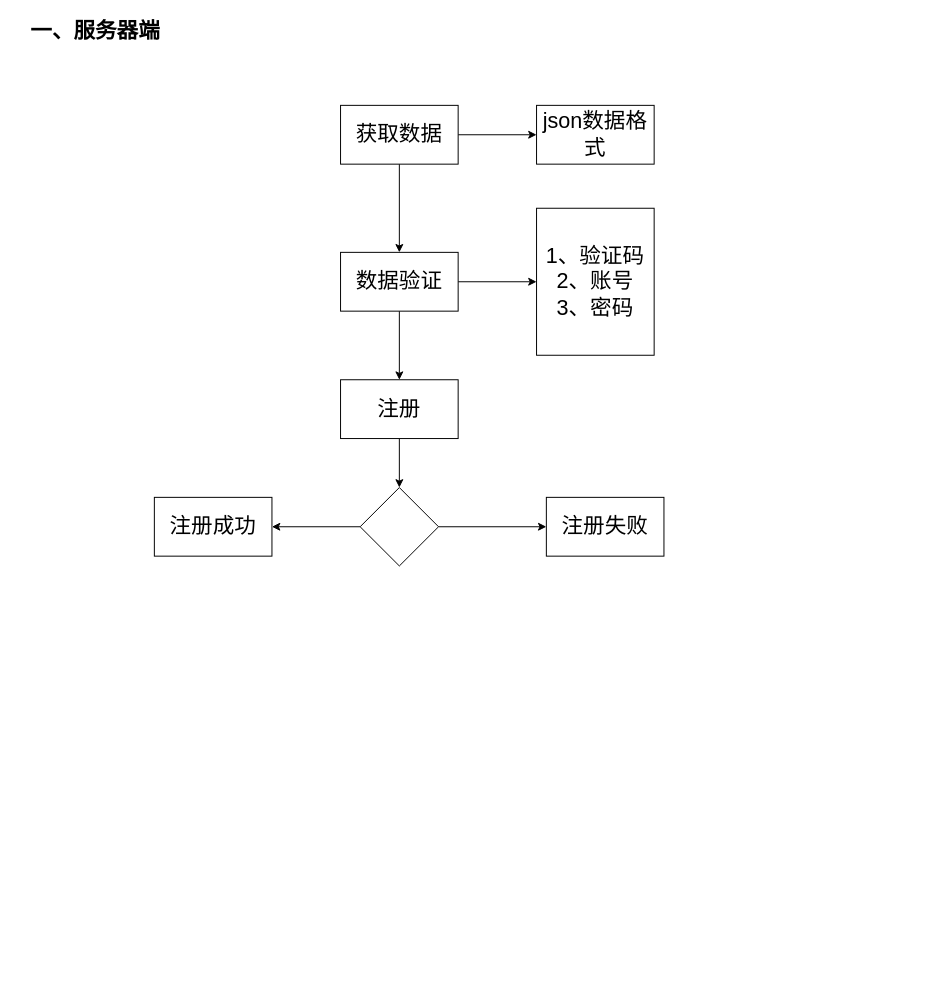
Before: 注册.drawio in JMHello/draw, a draw.io diagram. Source tidied: cells renumbered, new cells numbered last; positions are measured from the earlier drawing's top-left corner, leaving out a move shared by most shapes. Both pictures are drawn from the tidied source at 98%, with x=0, y=0 at pixel (17, 17).
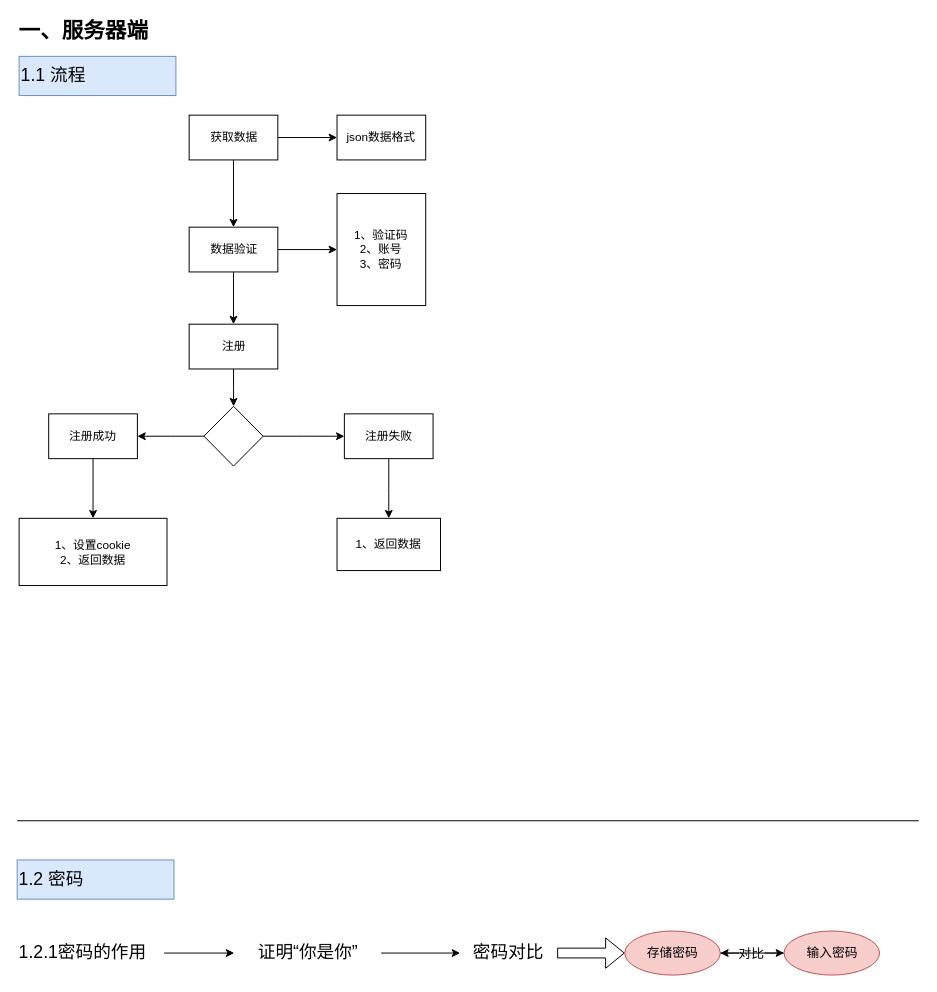
After the change.

Change to the diagram source:
```diff
@@
-    <mxCell id="2" value="一、服务器端" style="text;html=1;strokeColor=none;fillColor=none;align=center;verticalAlign=middle;whiteSpace=wrap;rounded=0;fontSize=22;fontStyle=1;" parent="1" vertex="1">
+    <mxCell id="2" value="一、服务器端" style="text;html=1;strokeColor=none;fillColor=none;align=left;verticalAlign=middle;whiteSpace=wrap;rounded=0;fontSize=22;fontStyle=1;" parent="1" vertex="1">
       <mxGeometry width="160" height="30" as="geometry" />
     </mxCell>
-    <mxCell id="3" style="edgeStyle=orthogonalEdgeStyle;rounded=0;jettySize=auto;html=1;fontSize=22;" parent="1" edge="1" source="5" target="9">
-      <mxGeometry relative="1" as="geometry" />
-    </mxCell>
-    <mxCell id="4" style="edgeStyle=orthogonalEdgeStyle;rounded=0;jettySize=auto;html=1;fontSize=22;" parent="1" edge="1" source="5" target="6">
-      <mxGeometry relative="1" as="geometry" />
-    </mxCell>
+    <mxCell id="18" style="endArrow=none;html=1;fontSize=22;" parent="1" edge="1">
+      <mxGeometry relative="1" as="geometry">
+        <mxPoint y="820" as="sourcePoint" />
+        <mxPoint x="920" y="820" as="targetPoint" />
+      </mxGeometry>
+    </mxCell>
+    <mxCell id="19" value="1.2 密码" style="text;html=1;strokeColor=#6c8ebf;fillColor=#dae8fc;align=left;verticalAlign=middle;whiteSpace=wrap;rounded=0;fontSize=18;" parent="1" vertex="1">
+      <mxGeometry y="860" width="160" height="40" as="geometry" />
+    </mxCell>
+    <mxCell id="20" style="group;" parent="1" vertex="1">
+      <mxGeometry x="2" y="100" width="430" height="480" as="geometry" />
+    </mxCell>
-    <mxCell id="5" value="获取数据" style="rounded=0;whiteSpace=wrap;html=1;fontSize=22;" parent="1" vertex="1">
-      <mxGeometry x="330" y="90" width="120" height="60" as="geometry" />
+    <mxCell id="5" value="获取数据" style="rounded=0;whiteSpace=wrap;html=1;fontSize=12;" parent="20" vertex="1">
+      <mxGeometry x="173.5" width="90.5" height="45.7" as="geometry" />
     </mxCell>
-    <mxCell id="6" value="json数据格式" style="rounded=0;whiteSpace=wrap;html=1;fontSize=22;" parent="1" vertex="1">
-      <mxGeometry x="530" y="90" width="120" height="60" as="geometry" />
+    <mxCell id="6" value="json数据格式" style="rounded=0;whiteSpace=wrap;html=1;fontSize=12;" parent="20" vertex="1">
+      <mxGeometry x="324.4" width="90.5" height="45.7" as="geometry" />
     </mxCell>
+    <mxCell id="4" style="edgeStyle=orthogonalEdgeStyle;rounded=0;jettySize=auto;html=1;fontSize=12;" parent="20" edge="1" source="5" target="6">
+      <mxGeometry relative="1" as="geometry" />
+    </mxCell>
+    <mxCell id="9" value="数据验证" style="rounded=0;whiteSpace=wrap;html=1;fontSize=12;" parent="20" vertex="1">
+      <mxGeometry x="173.5" y="114.3" width="90.5" height="45.7" as="geometry" />
+    </mxCell>
+    <mxCell id="3" style="edgeStyle=orthogonalEdgeStyle;rounded=0;jettySize=auto;html=1;fontSize=12;" parent="20" edge="1" source="5" target="9">
+      <mxGeometry relative="1" as="geometry" />
+    </mxCell>
+    <mxCell id="10" value="1、验证码&lt;br style=&quot;font-size: 12px;&quot;&gt;2、账号&lt;br style=&quot;font-size: 12px;&quot;&gt;3、密码&lt;br style=&quot;font-size: 12px;&quot;&gt;" style="rounded=0;whiteSpace=wrap;html=1;fontSize=12;" parent="20" vertex="1">
+      <mxGeometry x="324.4" y="80" width="90.5" height="114.3" as="geometry" />
+    </mxCell>
+    <mxCell id="8" style="edgeStyle=orthogonalEdgeStyle;rounded=0;jettySize=auto;html=1;fontSize=12;" parent="20" edge="1" source="9" target="10">
+      <mxGeometry relative="1" as="geometry" />
+    </mxCell>
+    <mxCell id="11" value="注册失败" style="rounded=0;whiteSpace=wrap;html=1;fontSize=12;" parent="20" vertex="1">
+      <mxGeometry x="331.9" y="304.8" width="90.5" height="45.7" as="geometry" />
+    </mxCell>
+    <mxCell id="21" value="1、返回数据" style="rounded=0;whiteSpace=wrap;html=1;fontSize=12;" parent="20" vertex="1">
+      <mxGeometry x="324.4" y="411.4" width="105.6" height="53.3" as="geometry" />
+    </mxCell>
+    <mxCell id="22" style="edgeStyle=orthogonalEdgeStyle;rounded=0;jettySize=auto;html=1;fontSize=12;" parent="20" edge="1" source="11" target="21">
+      <mxGeometry relative="1" as="geometry" />
+    </mxCell>
+    <mxCell id="13" value="注册" style="rounded=0;whiteSpace=wrap;html=1;fontSize=12;" parent="20" vertex="1">
+      <mxGeometry x="173.5" y="213.3" width="90.5" height="45.7" as="geometry" />
+    </mxCell>
-    <mxCell id="7" style="edgeStyle=orthogonalEdgeStyle;rounded=0;jettySize=auto;html=1;fontSize=22;" parent="1" edge="1" source="9" target="13">
+    <mxCell id="7" style="edgeStyle=orthogonalEdgeStyle;rounded=0;jettySize=auto;html=1;fontSize=12;" parent="20" edge="1" source="9" target="13">
       <mxGeometry relative="1" as="geometry" />
     </mxCell>
-    <mxCell id="8" style="edgeStyle=orthogonalEdgeStyle;rounded=0;jettySize=auto;html=1;fontSize=22;" parent="1" edge="1" source="9" target="10">
-      <mxGeometry relative="1" as="geometry" />
-    </mxCell>
-    <mxCell id="9" value="数据验证" style="rounded=0;whiteSpace=wrap;html=1;fontSize=22;" parent="1" vertex="1">
-      <mxGeometry x="330" y="240" width="120" height="60" as="geometry" />
-    </mxCell>
-    <mxCell id="10" value="1、验证码&lt;br&gt;2、账号&lt;br&gt;3、密码&lt;br&gt;" style="rounded=0;whiteSpace=wrap;html=1;fontSize=22;" parent="1" vertex="1">
-      <mxGeometry x="530" y="195" width="120" height="150" as="geometry" />
-    </mxCell>
-    <mxCell id="11" value="注册失败" style="rounded=0;whiteSpace=wrap;html=1;fontSize=22;" parent="1" vertex="1">
-      <mxGeometry x="540" y="490" width="120" height="60" as="geometry" />
-    </mxCell>
-    <mxCell id="12" style="edgeStyle=orthogonalEdgeStyle;rounded=0;jettySize=auto;html=1;fontSize=22;" parent="1" edge="1" source="13" target="16">
-      <mxGeometry relative="1" as="geometry" />
-    </mxCell>
-    <mxCell id="13" value="注册" style="rounded=0;whiteSpace=wrap;html=1;fontSize=22;" parent="1" vertex="1">
-      <mxGeometry x="330" y="370" width="120" height="60" as="geometry" />
-    </mxCell>
-    <mxCell id="14" style="edgeStyle=orthogonalEdgeStyle;rounded=0;jettySize=auto;html=1;entryX=1;entryY=0.5;entryDx=0;entryDy=0;fontSize=22;" parent="1" edge="1" source="16" target="17">
-      <mxGeometry relative="1" as="geometry" />
-    </mxCell>
-    <mxCell id="15" style="edgeStyle=orthogonalEdgeStyle;rounded=0;jettySize=auto;html=1;entryX=0;entryY=0.5;entryDx=0;entryDy=0;fontSize=22;" parent="1" edge="1" source="16" target="11">
+    <mxCell id="15" style="edgeStyle=orthogonalEdgeStyle;rounded=0;jettySize=auto;html=1;entryX=0;entryY=0.5;entryDx=0;entryDy=0;fontSize=12;" parent="20" edge="1" source="16" target="11">
       <mxGeometry relative="1" as="geometry" />
     </mxCell>
-    <mxCell id="16" style="rhombus;whiteSpace=wrap;html=1;fontSize=22;" parent="1" vertex="1">
-      <mxGeometry x="350" y="480" width="80" height="80" as="geometry" />
+    <mxCell id="16" style="rhombus;whiteSpace=wrap;html=1;fontSize=12;" parent="20" vertex="1">
+      <mxGeometry x="188.6" y="297.1" width="60.4" height="61" as="geometry" />
     </mxCell>
+    <mxCell id="12" style="edgeStyle=orthogonalEdgeStyle;rounded=0;jettySize=auto;html=1;fontSize=12;" parent="20" edge="1" source="13" target="16">
+      <mxGeometry relative="1" as="geometry" />
+    </mxCell>
-    <mxCell id="17" value="注册成功" style="rounded=0;whiteSpace=wrap;html=1;fontSize=22;" parent="1" vertex="1">
-      <mxGeometry x="140" y="490" width="120" height="60" as="geometry" />
+    <mxCell id="17" value="注册成功" style="rounded=0;whiteSpace=wrap;html=1;fontSize=12;" parent="20" vertex="1">
+      <mxGeometry x="30.2" y="304.8" width="90.5" height="45.7" as="geometry" />
     </mxCell>
+    <mxCell id="14" style="edgeStyle=orthogonalEdgeStyle;rounded=0;jettySize=auto;html=1;entryX=1;entryY=0.5;entryDx=0;entryDy=0;fontSize=12;" parent="20" edge="1" source="16" target="17">
+      <mxGeometry relative="1" as="geometry" />
+    </mxCell>
+    <mxCell id="23" value="1、设置cookie&lt;br style=&quot;font-size: 12px;&quot;&gt;2、返回数据&lt;br style=&quot;font-size: 12px;&quot;&gt;" style="rounded=0;whiteSpace=wrap;html=1;fontSize=12;" parent="20" vertex="1">
+      <mxGeometry y="411.4" width="150.9" height="68.6" as="geometry" />
+    </mxCell>
+    <mxCell id="24" style="edgeStyle=orthogonalEdgeStyle;rounded=0;jettySize=auto;html=1;fontSize=12;" parent="20" edge="1" source="17" target="23">
+      <mxGeometry relative="1" as="geometry" />
+    </mxCell>
+    <mxCell id="25" value="1.1 流程" style="text;html=1;strokeColor=#6c8ebf;fillColor=#dae8fc;align=left;verticalAlign=middle;whiteSpace=wrap;rounded=0;fontSize=18;" parent="1" vertex="1">
+      <mxGeometry x="2" y="40" width="160" height="40" as="geometry" />
+    </mxCell>
+    <mxCell id="26" style="edgeStyle=orthogonalEdgeStyle;rounded=0;jettySize=auto;html=1;fontSize=18;" parent="1" edge="1" source="27" target="29">
+      <mxGeometry relative="1" as="geometry" />
+    </mxCell>
+    <mxCell id="27" value="1.2.1密码的作用" style="text;html=1;strokeColor=none;fillColor=none;align=left;verticalAlign=middle;whiteSpace=wrap;rounded=0;fontSize=18;" parent="1" vertex="1">
+      <mxGeometry y="940" width="150" height="30" as="geometry" />
+    </mxCell>
+    <mxCell id="28" style="edgeStyle=orthogonalEdgeStyle;rounded=0;jettySize=auto;html=1;fontSize=18;" parent="1" edge="1" source="29" target="31">
+      <mxGeometry relative="1" as="geometry" />
+    </mxCell>
+    <mxCell id="29" value="证明“你是你”" style="text;html=1;strokeColor=none;fillColor=none;align=center;verticalAlign=middle;whiteSpace=wrap;rounded=0;fontSize=18;" parent="1" vertex="1">
+      <mxGeometry x="221.5" y="940" width="150" height="30" as="geometry" />
+    </mxCell>
+    <mxCell id="30" style="edgeStyle=orthogonalEdgeStyle;rounded=0;jettySize=auto;html=1;entryX=0;entryY=0.5;entryDx=0;entryDy=0;fontSize=13;shape=flexArrow;" parent="1" edge="1" source="31" target="33">
+      <mxGeometry relative="1" as="geometry" />
+    </mxCell>
+    <mxCell id="31" value="密码对比" style="text;html=1;strokeColor=none;fillColor=none;align=center;verticalAlign=middle;whiteSpace=wrap;rounded=0;fontSize=18;" parent="1" vertex="1">
+      <mxGeometry x="452" y="940" width="99" height="30" as="geometry" />
+    </mxCell>
+    <mxCell id="32" style="group;fontSize=13;" parent="1" vertex="1">
+      <mxGeometry x="620" y="932.5" width="260" height="45" as="geometry" />
+    </mxCell>
+    <mxCell id="33" value="存储密码" style="ellipse;whiteSpace=wrap;html=1;fontSize=13;align=center;fillColor=#f8cecc;strokeColor=#b85450;" parent="32" vertex="1">
+      <mxGeometry width="97.5" height="45" as="geometry" />
+    </mxCell>
+    <mxCell id="34" style="edgeStyle=orthogonalEdgeStyle;rounded=0;jettySize=auto;html=1;fontSize=13;" parent="32" edge="1" source="36" target="33">
+      <mxGeometry relative="1" as="geometry" />
+    </mxCell>
+    <mxCell id="35" value="对比" style="text;html=1;align=center;verticalAlign=middle;labelBackgroundColor=#ffffff;fontSize=13;" parent="34" vertex="1">
+      <mxGeometry x="0.05" relative="1" as="geometry" />
+    </mxCell>
+    <mxCell id="36" value="输入密码" style="ellipse;whiteSpace=wrap;html=1;fontSize=13;align=center;fillColor=#f8cecc;strokeColor=#b85450;" parent="32" vertex="1">
+      <mxGeometry x="162.5" width="97.5" height="45" as="geometry" />
+    </mxCell>
+    <mxCell id="37" style="edgeStyle=orthogonalEdgeStyle;rounded=0;jettySize=auto;html=1;fontSize=13;" parent="32" edge="1" source="33" target="36">
+      <mxGeometry relative="1" as="geometry" />
+    </mxCell>
```
